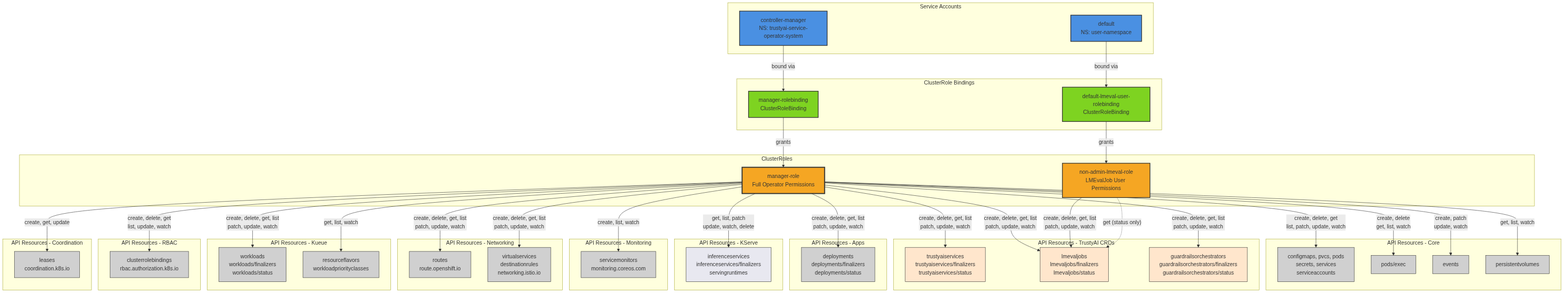
The Mermaid diagram architecture/rhoai-3.0/diagrams/trustyai-service-operator-rbac.png in rhuss/architecture-context, before a commit. Its source is kept beside it as architecture/rhoai-3.0/diagrams/trustyai-service-operator-rbac.mmd.
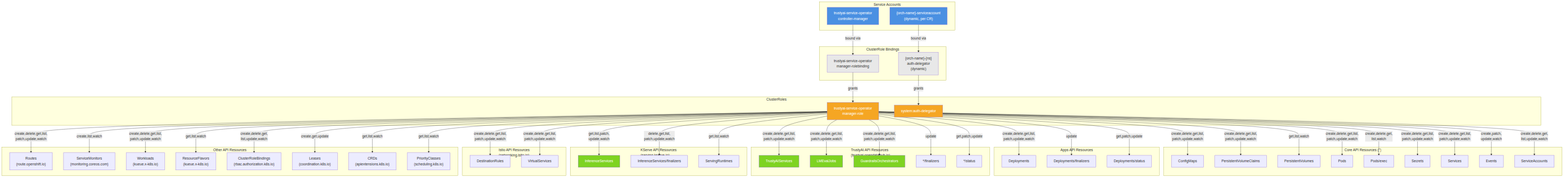
After the commit.

The edit, as a diff of the source:
```diff
@@ -1,108 +1,116 @@
+
 graph TD
-    subgraph "Service Accounts"
-        SA1[controller-manager<br/>NS: trustyai-service-operator-system]
-        SA2[default<br/>NS: user-namespace]
+    subgraph ServiceAccounts["Service Accounts"]
+        SA["trustyai-service-operator<br/>controller-manager"]
+        DynSA["{orch-name}-serviceaccount<br/>(dynamic, per CR)"]
     end
 
-    subgraph "ClusterRole Bindings"
-        CRB1[manager-rolebinding<br/>ClusterRoleBinding]
-        CRB2[default-lmeval-user-rolebinding<br/>ClusterRoleBinding]
+    subgraph ClusterRoleBindings["ClusterRole Bindings"]
+        CRB["trustyai-service-operator<br/>manager-rolebinding"]
+        DynCRB["{orch-name}-{ns}<br/>auth-delegator<br/>(dynamic)"]
     end
 
-    subgraph "ClusterRoles"
-        CR1[manager-role<br/>Full Operator Permissions]
-        CR2[non-admin-lmeval-role<br/>LMEvalJob User Permissions]
+    subgraph ClusterRoles["ClusterRoles"]
+        CR["trustyai-service-operator<br/>manager-role"]
+        AuthDelegator["system:auth-delegator"]
     end
 
-    subgraph "API Resources - Core"
-        Core1[configmaps, pvcs, pods<br/>secrets, services<br/>serviceaccounts]
-        Core2[pods/exec]
-        Core3[events]
-        Core4[persistentvolumes]
+    subgraph CoreResources["Core API Resources ('')"]
+        ConfigMaps["ConfigMaps"]
+        PVCs["PersistentVolumeClaims"]
+        PVs["PersistentVolumes"]
+        Pods["Pods"]
+        PodsExec["Pods/exec"]
+        Secrets["Secrets"]
+        Services["Services"]
+        Events["Events"]
+        SvcAccounts["ServiceAccounts"]
     end
 
-    subgraph "API Resources - Apps"
-        Apps1[deployments<br/>deployments/finalizers<br/>deployments/status]
+    subgraph AppsResources["Apps API Resources"]
+        Deployments["Deployments"]
+        DeployFinalizers["Deployments/finalizers"]
+        DeployStatus["Deployments/status"]
     end
 
-    subgraph "API Resources - KServe"
-        KServe1[inferenceservices<br/>inferenceservices/finalizers<br/>servingruntimes]
+    subgraph TrustyAIResources["TrustyAI API Resources<br/>(trustyai.opendatahub.io)"]
+        TrustyAISvc["TrustyAIServices"]
+        LMEvalJobs["LMEvalJobs"]
+        GuardrailsOrch["GuardrailsOrchestrators"]
+        TAFinalizers["*/finalizers"]
+        TAStatus["*/status"]
     end
 
-    subgraph "API Resources - TrustyAI CRDs"
-        TrustyAI1[trustyaiservices<br/>trustyaiservices/finalizers<br/>trustyaiservices/status]
-        TrustyAI2[lmevaljobs<br/>lmevaljobs/finalizers<br/>lmevaljobs/status]
-        TrustyAI3[guardrailsorchestrators<br/>guardrailsorchestrators/finalizers<br/>guardrailsorchestrators/status]
+    subgraph KServeResources["KServe API Resources<br/>(serving.kserve.io)"]
+        InfSvc["InferenceServices"]
+        InfSvcFin["InferenceServices/finalizers"]
+        ServingRuntimes["ServingRuntimes"]
     end
 
-    subgraph "API Resources - Monitoring"
-        Mon1[servicemonitors<br/>monitoring.coreos.com]
+    subgraph IstioResources["Istio API Resources<br/>(networking.istio.io)"]
+        DestRules["DestinationRules"]
+        VirtSvc["VirtualServices"]
     end
 
-    subgraph "API Resources - Networking"
-        Net1[routes<br/>route.openshift.io]
-        Net2[virtualservices<br/>destinationrules<br/>networking.istio.io]
+    subgraph OtherResources["Other API Resources"]
+        Routes["Routes<br/>(route.openshift.io)"]
+        SvcMonitors["ServiceMonitors<br/>(monitoring.coreos.com)"]
+        Workloads["Workloads<br/>(kueue.x-k8s.io)"]
+        ResFlavors["ResourceFlavors<br/>(kueue.x-k8s.io)"]
+        CRBs["ClusterRoleBindings<br/>(rbac.authorization.k8s.io)"]
+        Leases["Leases<br/>(coordination.k8s.io)"]
+        CRDs["CRDs<br/>(apiextensions.k8s.io)"]
+        PriorityClasses["PriorityClasses<br/>(scheduling.k8s.io)"]
     end
 
-    subgraph "API Resources - Kueue"
-        Kueue1[workloads<br/>workloads/finalizers<br/>workloads/status]
-        Kueue2[resourceflavors<br/>workloadpriorityclasses]
-    end
+    SA -->|bound via| CRB
+    DynSA -->|bound via| DynCRB
+    CRB -->|grants| CR
+    DynCRB -->|grants| AuthDelegator
 
-    subgraph "API Resources - RBAC"
-        RBAC1[clusterrolebindings<br/>rbac.authorization.k8s.io]
-    end
+    CR -->|"create,delete,get,list,<br/>patch,update,watch"| ConfigMaps
+    CR -->|"create,delete,get,list,<br/>patch,update,watch"| PVCs
+    CR -->|"get,list,watch"| PVs
+    CR -->|"create,delete,get,list,<br/>patch,update,watch"| Pods
+    CR -->|"create,delete,get,<br/>list,watch"| PodsExec
+    CR -->|"create,delete,get,list,<br/>patch,update,watch"| Secrets
+    CR -->|"create,delete,get,list,<br/>patch,update,watch"| Services
+    CR -->|"create,patch,<br/>update,watch"| Events
+    CR -->|"create,delete,get,<br/>list,update,watch"| SvcAccounts
 
-    subgraph "API Resources - Coordination"
-        Coord1[leases<br/>coordination.k8s.io]
-    end
+    CR -->|"create,delete,get,list,<br/>patch,update,watch"| Deployments
+    CR -->|"update"| DeployFinalizers
+    CR -->|"get,patch,update"| DeployStatus
 
-    SA1 -->|bound via| CRB1
-    SA2 -->|bound via| CRB2
+    CR -->|"create,delete,get,list,<br/>patch,update,watch"| TrustyAISvc
+    CR -->|"create,delete,get,list,<br/>patch,update,watch"| LMEvalJobs
+    CR -->|"create,delete,get,list,<br/>patch,update,watch"| GuardrailsOrch
+    CR -->|"update"| TAFinalizers
+    CR -->|"get,patch,update"| TAStatus
 
-    CRB1 -->|grants| CR1
-    CRB2 -->|grants| CR2
+    CR -->|"get,list,patch,<br/>update,watch"| InfSvc
+    CR -->|"delete,get,list,<br/>patch,update,watch"| InfSvcFin
+    CR -->|"get,list,watch"| ServingRuntimes
 
-    CR1 -->|"create, delete, get<br/>list, patch, update, watch"| Core1
-    CR1 -->|"create, delete<br/>get, list, watch"| Core2
-    CR1 -->|"create, patch<br/>update, watch"| Core3
-    CR1 -->|"get, list, watch"| Core4
-    CR1 -->|"create, delete, get, list<br/>patch, update, watch"| Apps1
-    CR1 -->|"get, list, patch<br/>update, watch, delete"| KServe1
-    CR1 -->|"create, delete, get, list<br/>patch, update, watch"| TrustyAI1
-    CR1 -->|"create, delete, get, list<br/>patch, update, watch"| TrustyAI2
-    CR1 -->|"create, delete, get, list<br/>patch, update, watch"| TrustyAI3
-    CR1 -->|"create, list, watch"| Mon1
-    CR1 -->|"create, delete, get, list<br/>patch, update, watch"| Net1
-    CR1 -->|"create, delete, get, list<br/>patch, update, watch"| Net2
-    CR1 -->|"create, delete, get, list<br/>patch, update, watch"| Kueue1
-    CR1 -->|"get, list, watch"| Kueue2
-    CR1 -->|"create, delete, get<br/>list, update, watch"| RBAC1
-    CR1 -->|"create, get, update"| Coord1
+    CR -->|"create,delete,get,list,<br/>patch,update,watch"| DestRules
+    CR -->|"create,delete,get,list,<br/>patch,update,watch"| VirtSvc
 
-    CR2 -->|"create, delete, get, list<br/>patch, update, watch"| TrustyAI2
-    CR2 -.->|"get (status only)"| TrustyAI2
+    CR -->|"create,delete,get,list,<br/>patch,update,watch"| Routes
+    CR -->|"create,list,watch"| SvcMonitors
+    CR -->|"create,delete,get,list,<br/>patch,update,watch"| Workloads
+    CR -->|"get,list,watch"| ResFlavors
+    CR -->|"create,delete,get,<br/>list,update,watch"| CRBs
+    CR -->|"create,get,update"| Leases
+    CR -->|"get,list,watch"| CRDs
+    CR -->|"get,list,watch"| PriorityClasses
 
-    style SA1 fill:#4a90e2,stroke:#333,stroke-width:2px
-    style SA2 fill:#4a90e2,stroke:#333,stroke-width:2px
-    style CRB1 fill:#7ed321,stroke:#333,stroke-width:2px
-    style CRB2 fill:#7ed321,stroke:#333,stroke-width:2px
-    style CR1 fill:#f5a623,stroke:#333,stroke-width:3px
-    style CR2 fill:#f5a623,stroke:#333,stroke-width:2px
-
-    style Core1 fill:#d0d0d0,stroke:#333
-    style Core2 fill:#d0d0d0,stroke:#333
-    style Core3 fill:#d0d0d0,stroke:#333
-    style Core4 fill:#d0d0d0,stroke:#333
-    style Apps1 fill:#d0d0d0,stroke:#333
-    style KServe1 fill:#e8e8f0,stroke:#333
-    style TrustyAI1 fill:#ffe6cc,stroke:#333
-    style TrustyAI2 fill:#ffe6cc,stroke:#333
-    style TrustyAI3 fill:#ffe6cc,stroke:#333
-    style Mon1 fill:#d0d0d0,stroke:#333
-    style Net1 fill:#d0d0d0,stroke:#333
-    style Net2 fill:#d0d0d0,stroke:#333
-    style Kueue1 fill:#d0d0d0,stroke:#333
-    style Kueue2 fill:#d0d0d0,stroke:#333
-    style RBAC1 fill:#d0d0d0,stroke:#333
-    style Coord1 fill:#d0d0d0,stroke:#333
+    style SA fill:#4a90e2,color:#fff
+    style DynSA fill:#4a90e2,color:#fff
+    style CR fill:#f5a623,color:#fff
+    style AuthDelegator fill:#f5a623,color:#fff
+    style CRB fill:#e8e8e8,color:#333
+    style DynCRB fill:#e8e8e8,color:#333
+    style TrustyAISvc fill:#7ed321,color:#fff
+    style LMEvalJobs fill:#7ed321,color:#fff
+    style GuardrailsOrch fill:#7ed321,color:#fff
+    style InfSvc fill:#7ed321,color:#fff
```
